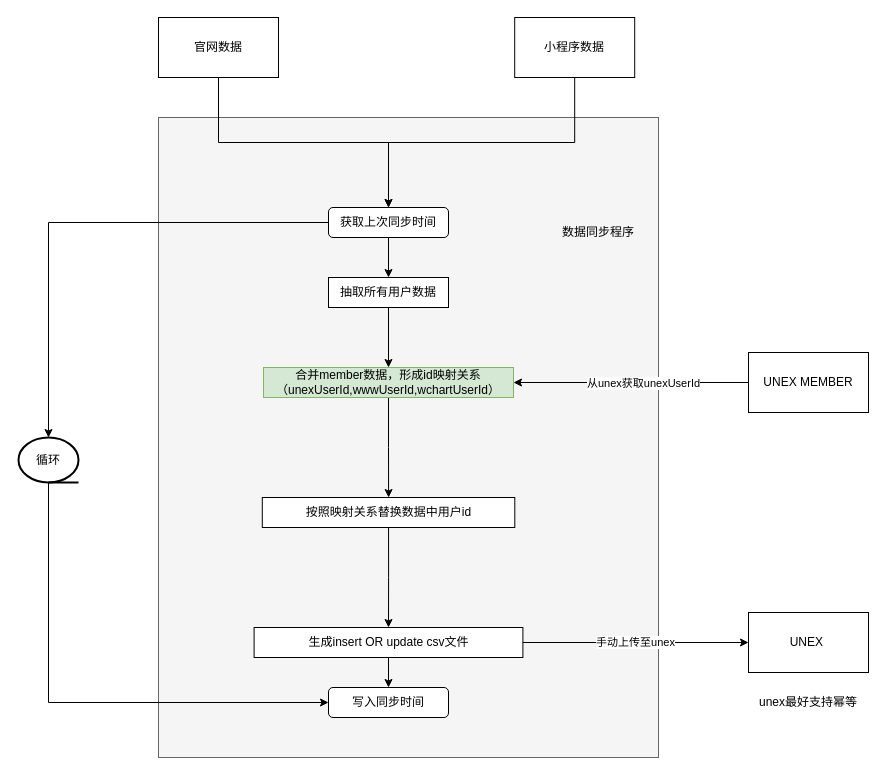
Before: 流程图/未命名绘图.drawio in xiaoa1/liuchengtu, a draw.io diagram. Source tidied: cells renumbered, new cells numbered last; positions are measured from the earlier drawing's top-left corner, leaving out a move shared by most shapes. Both pictures are drawn from the tidied source at 100%, with x=0, y=0 at pixel (18, 17).
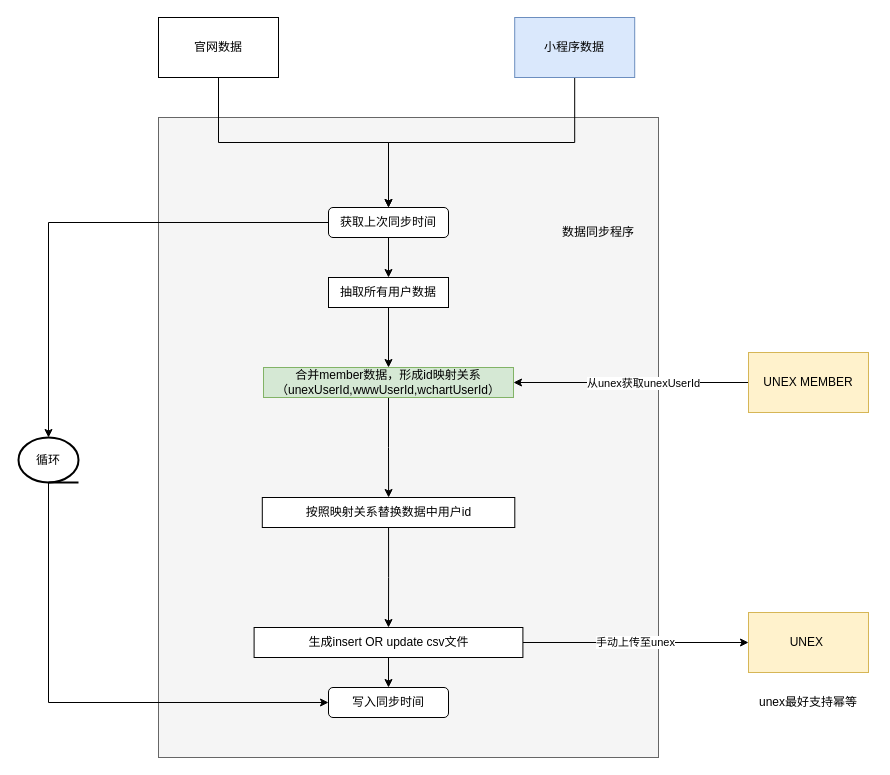
The same page after the edit.

Commit message:
更新未命名绘图.drawio

Change to the diagram source:
```diff
@@
-    <mxCell id="6" value="小程序数据" style="rounded=0;whiteSpace=wrap;html=1;" parent="1" vertex="1">
+    <mxCell id="6" value="小程序数据" style="rounded=0;whiteSpace=wrap;html=1;fillColor=#dae8fc;strokeColor=#6c8ebf;" parent="1" vertex="1">
       <mxGeometry x="496.2" width="120" height="60" as="geometry" />
     </mxCell>
@@
-    <mxCell id="13" value="UNEX MEMBER" style="rounded=0;whiteSpace=wrap;html=1;" parent="1" vertex="1">
+    <mxCell id="13" value="UNEX MEMBER" style="rounded=0;whiteSpace=wrap;html=1;fillColor=#fff2cc;strokeColor=#d6b656;" parent="1" vertex="1">
       <mxGeometry x="730" y="335" width="120" height="60" as="geometry" />
     </mxCell>
@@
-    <mxCell id="19" value="UNEX&amp;nbsp;" style="rounded=0;whiteSpace=wrap;html=1;" parent="1" vertex="1">
+    <mxCell id="19" value="UNEX&amp;nbsp;" style="rounded=0;whiteSpace=wrap;html=1;fillColor=#fff2cc;strokeColor=#d6b656;" parent="1" vertex="1">
       <mxGeometry x="730" y="595" width="120" height="60" as="geometry" />
     </mxCell>
```
